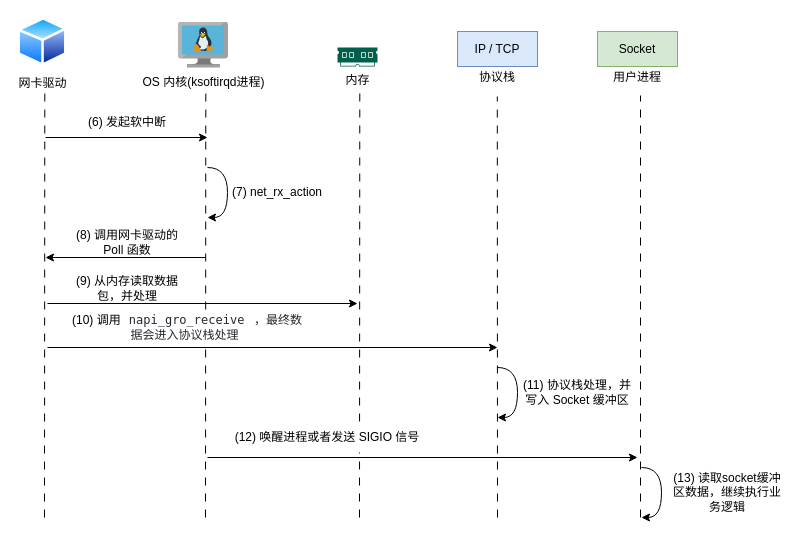
The draw.io diagram soft-interrupt.drawio in fsJerryChan/fsJerryChan, before the edit. Source tidied: cells renumbered, new cells numbered last; positions are measured from the earlier drawing's top-left corner, leaving out a move shared by most shapes. Both pictures are drawn from the tidied source at 100%, with x=0, y=0 at pixel (17, 17).
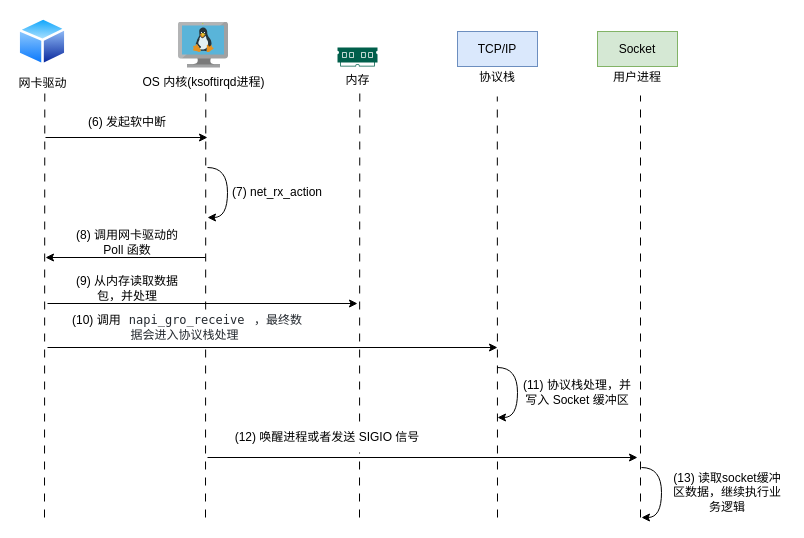
After the change.

What changed in the source:
```diff
@@
-    <mxCell id="16" value="IP / TCP" style="rounded=0;whiteSpace=wrap;html=1;fillColor=#dae8fc;strokeColor=#6c8ebf;" parent="1" vertex="1">
+    <mxCell id="16" value="TCP/IP" style="rounded=0;whiteSpace=wrap;html=1;fillColor=#dae8fc;strokeColor=#6c8ebf;" parent="1" vertex="1">
       <mxGeometry x="440" y="14" width="80" height="35" as="geometry" />
     </mxCell>
```
